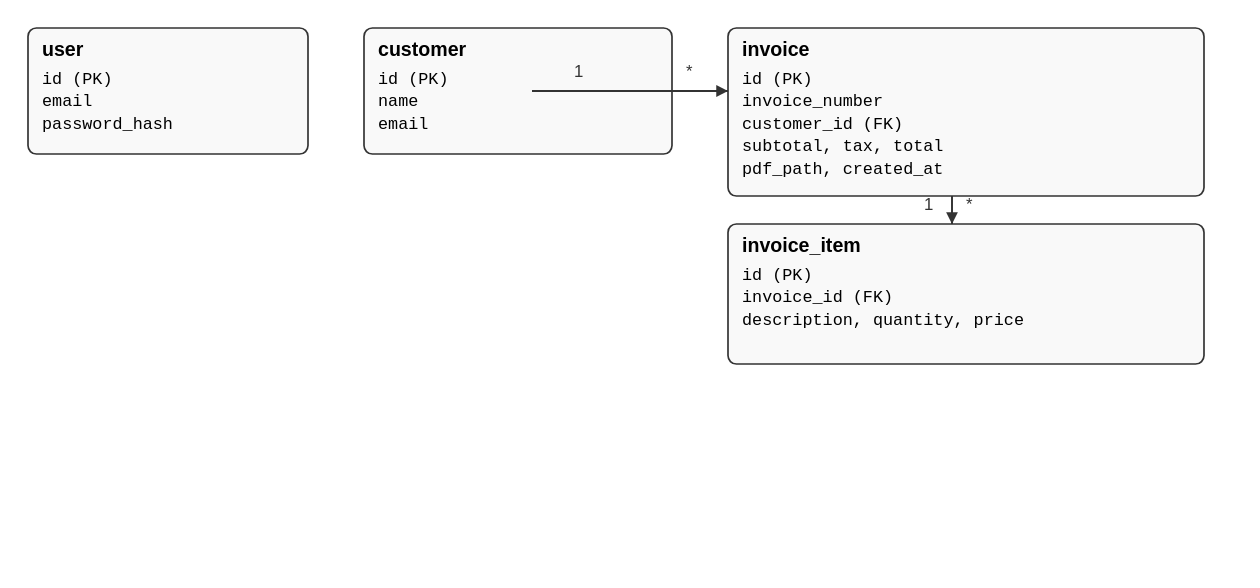
Above: docs/er_diagram.svg in swati9341/Finalyear_project (PlantUML), before the change. Its source is kept beside it as docs/er_diagram.puml. Source of this version:
```plantuml
@startuml
title ER Diagram - Automated Invoice System

entity "user" as user {
  * id : integer <<PK>>
  --
  email : varchar
  password_hash : varchar
}

entity "customer" as customer {
  * id : integer <<PK>>
  --
  name : varchar
  email : varchar
}

entity "invoice" as invoice {
  * id : integer <<PK>>
  --
  invoice_number : varchar
  customer_id : integer <<FK>>
  subtotal : numeric
  tax : numeric
  total : numeric
  pdf_path : varchar
  created_at : datetime
}

entity "invoice_item" as invoice_item {
  * id : integer <<PK>>
  --
  invoice_id : integer <<FK>>
  description : varchar
  quantity : numeric
  price : numeric
}

customer ||--o{ invoice : places
invoice ||--o{ invoice_item : contains

note left of invoice
  - invoice.customer_id references customer.id
  - invoice_item.invoice_id references invoice.id
end note

@enduml
```
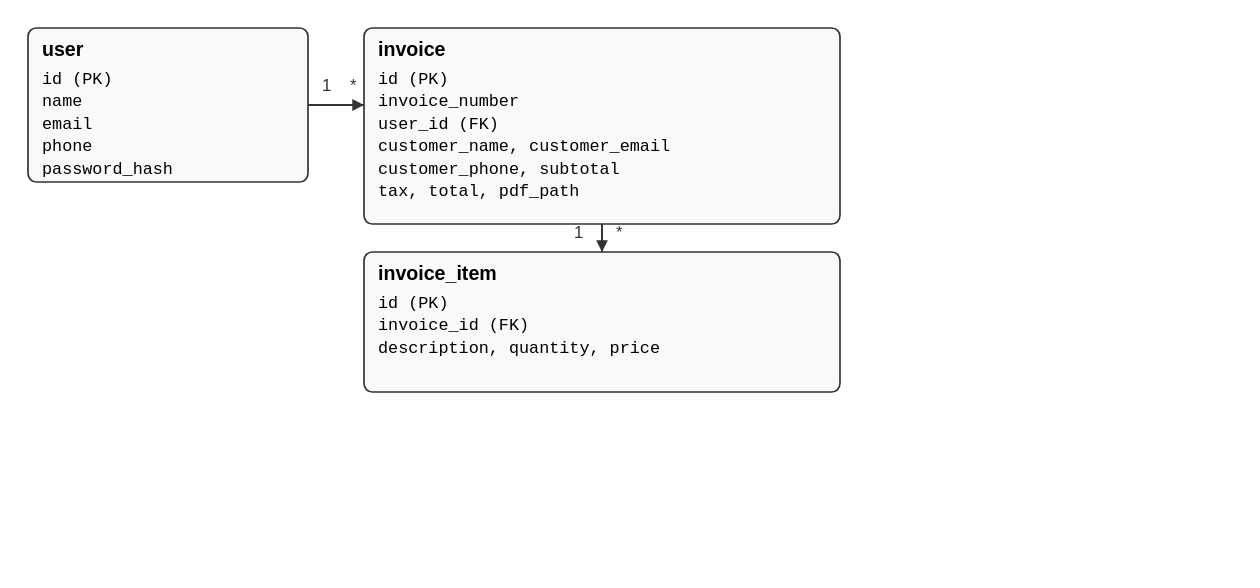
Later version of the same file.

What changed in the source:
```diff
@@ -4,22 +4,20 @@
 entity "user" as user {
   * id : integer <<PK>>
   --
-  email : varchar
-  password_hash : varchar
-}
-
-entity "customer" as customer {
-  * id : integer <<PK>>
-  --
   name : varchar
   email : varchar
+  phone : varchar
+  password_hash : varchar
 }
 
 entity "invoice" as invoice {
   * id : integer <<PK>>
   --
   invoice_number : varchar
-  customer_id : integer <<FK>>
+  user_id : integer <<FK>>
+  customer_name : varchar
+  customer_email : varchar
+  customer_phone : varchar
   subtotal : numeric
   tax : numeric
   total : numeric
@@ -36,11 +34,11 @@
   price : numeric
 }
 
-customer ||--o{ invoice : places
+user ||--o{ invoice : creates
 invoice ||--o{ invoice_item : contains
 
 note left of invoice
-  - invoice.customer_id references customer.id
+  - invoice.user_id references user.id
   - invoice_item.invoice_id references invoice.id
 end note
 
```
